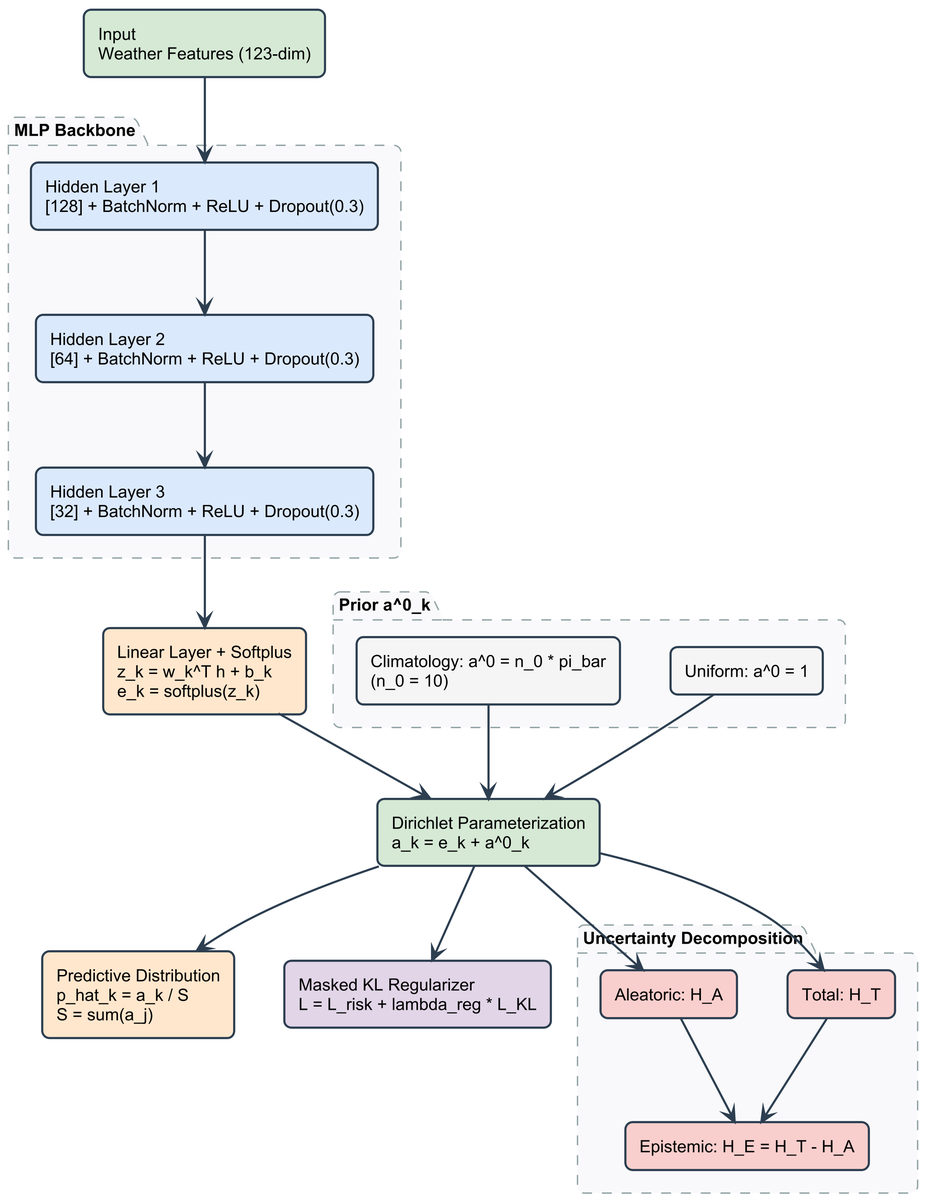
mingyi0818/Evidence_Rainfall keeps this PlantUML diagram as paper/figures/fig1_architecture.png. Above is the earlier version.
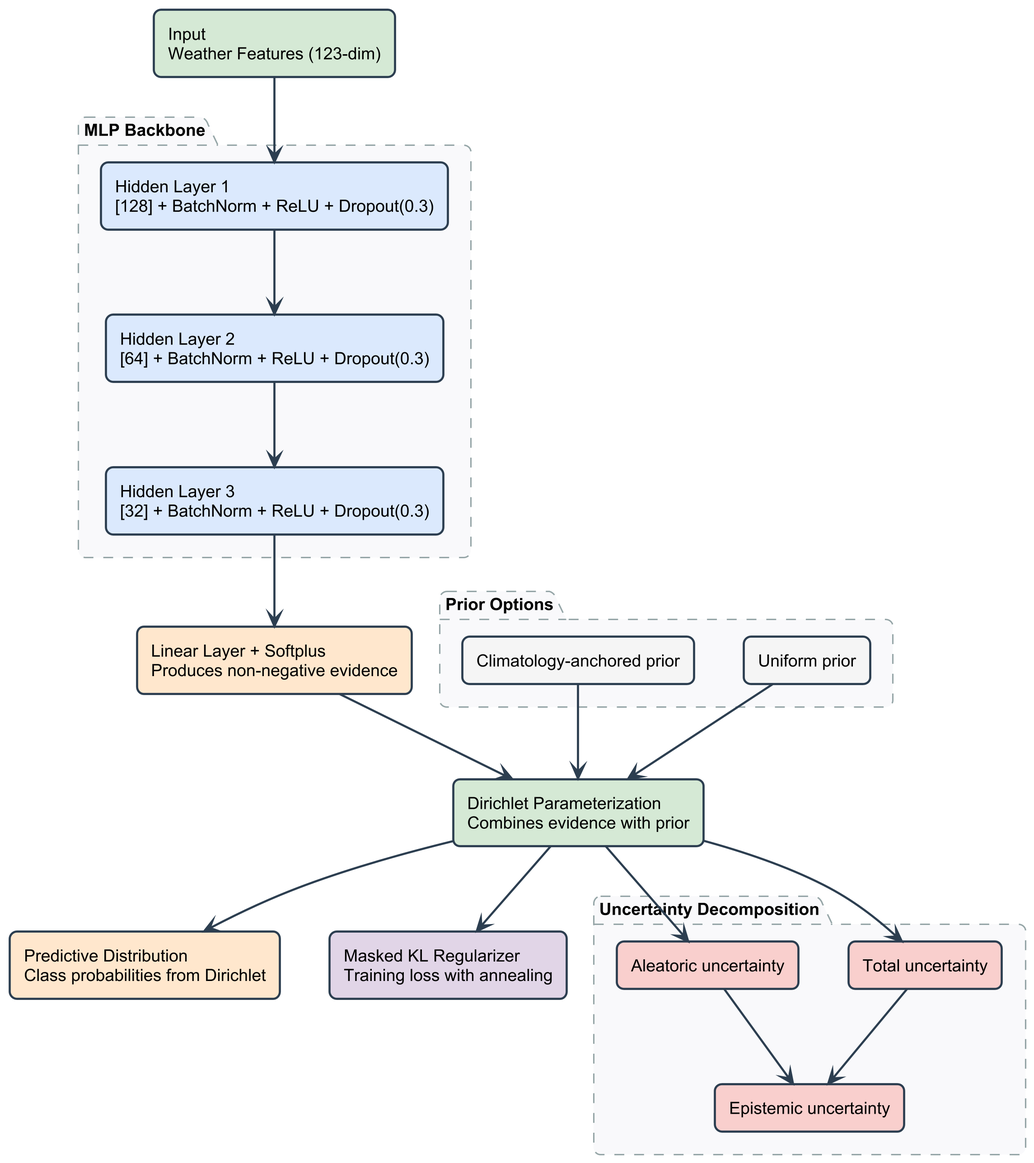
The same diagram one commit later.

Commit message:
Replace formulas with plain text in Figure 1 architecture diagram

Change to the diagram source:
```diff
@@ -28,24 +28,24 @@
   rectangle "Hidden Layer 3\n[32] + BatchNorm + ReLU + Dropout(0.3)" as H3 #DAE8FC
 }
 
-rectangle "Linear Layer + Softplus\nz_k = w_k^T h + b_k\ne_k = softplus(z_k)" as EVIDENCE #FFE6CC
+rectangle "Linear Layer + Softplus\nProduces non-negative evidence" as EVIDENCE #FFE6CC
 
-rectangle "Dirichlet Parameterization\na_k = e_k + a^0_k" as DIR #D5E8D4
+rectangle "Dirichlet Parameterization\nCombines evidence with prior" as DIR #D5E8D4
 
-package "Prior a^0_k" {
-  rectangle "Uniform: a^0 = 1" as PRIOR_U #F5F5F5
-  rectangle "Climatology: a^0 = n_0 * pi_bar\n(n_0 = 10)" as PRIOR_C #F5F5F5
+package "Prior Options" {
+  rectangle "Uniform prior" as PRIOR_U #F5F5F5
+  rectangle "Climatology-anchored prior" as PRIOR_C #F5F5F5
 }
 
-rectangle "Predictive Distribution\np_hat_k = a_k / S\nS = sum(a_j)" as PRED #FFE6CC
+rectangle "Predictive Distribution\nClass probabilities from Dirichlet" as PRED #FFE6CC
 
 package "Uncertainty Decomposition" {
-  rectangle "Total: H_T" as HT #F8CECC
-  rectangle "Aleatoric: H_A" as HA #F8CECC
-  rectangle "Epistemic: H_E = H_T - H_A" as HE #F8CECC
+  rectangle "Total uncertainty" as HT #F8CECC
+  rectangle "Aleatoric uncertainty" as HA #F8CECC
+  rectangle "Epistemic uncertainty" as HE #F8CECC
 }
 
-rectangle "Masked KL Regularizer\nL = L_risk + lambda_reg * L_KL" as LOSS #E1D5E7
+rectangle "Masked KL Regularizer\nTraining loss with annealing" as LOSS #E1D5E7
 
 INPUT --> H1
 H1 --> H2
```
